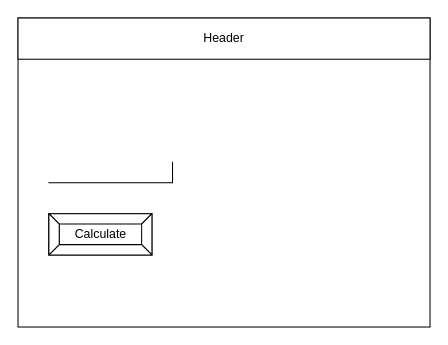
Earlier version of the draw.io diagram design/story-board.drawio (Allen-Li-hub/ICS2O-Unit3-01-HTML). Source tidied: cells renumbered, new cells numbered last; positions are measured from the earlier drawing's top-left corner, leaving out a move shared by most shapes. Both pictures are drawn from the tidied source at 103%, with x=0, y=0 at pixel (18, 18).
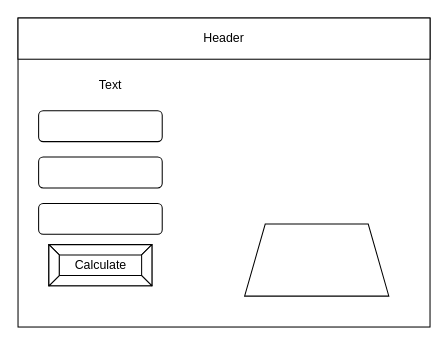
Above is the later version.

Diff of the diagram source:
```diff
@@
 <mxGraphModel>
   <root>
     <mxCell id="0" />
     <mxCell id="1" parent="0" />
     <mxCell id="2" style="rounded=0;whiteSpace=wrap;html=1;" parent="1" vertex="1">
       <mxGeometry width="400" height="300" as="geometry" />
     </mxCell>
     <mxCell id="3" value="Header" style="rounded=0;whiteSpace=wrap;html=1;" parent="1" vertex="1">
       <mxGeometry width="400" height="40" as="geometry" />
     </mxCell>
-    <mxCell id="4" style="shape=partialRectangle;whiteSpace=wrap;html=1;top=0;left=0;fillColor=none;" parent="1" vertex="1">
-      <mxGeometry x="30" y="140" width="120" height="20" as="geometry" />
-    </mxCell>
     <mxCell id="5" value="Calculate" style="labelPosition=center;verticalLabelPosition=middle;align=center;html=1;shape=mxgraph.basic.button;dx=10;" parent="1" vertex="1">
-      <mxGeometry x="30" y="190" width="100" height="40" as="geometry" />
+      <mxGeometry x="30" y="220" width="100" height="40" as="geometry" />
     </mxCell>
+    <mxCell id="6" style="rounded=1;whiteSpace=wrap;html=1;" parent="1" vertex="1">
+      <mxGeometry x="20" y="180" width="120" height="30" as="geometry" />
+    </mxCell>
+    <mxCell id="7" style="rounded=1;whiteSpace=wrap;html=1;" parent="1" vertex="1">
+      <mxGeometry x="20" y="135" width="120" height="30" as="geometry" />
+    </mxCell>
+    <mxCell id="8" style="rounded=1;whiteSpace=wrap;html=1;" parent="1" vertex="1">
+      <mxGeometry x="20" y="90" width="120" height="30" as="geometry" />
+    </mxCell>
+    <mxCell id="9" value="Text" style="text;html=1;strokeColor=none;fillColor=none;align=center;verticalAlign=middle;whiteSpace=wrap;rounded=0;" parent="1" vertex="1">
+      <mxGeometry x="60" y="50" width="60" height="30" as="geometry" />
+    </mxCell>
+    <mxCell id="10" style="shape=trapezoid;perimeter=trapezoidPerimeter;whiteSpace=wrap;html=1;fixedSize=1;size=20;" parent="1" vertex="1">
+      <mxGeometry x="220" y="200" width="140" height="70" as="geometry" />
+    </mxCell>
   </root>
 </mxGraphModel>
```
